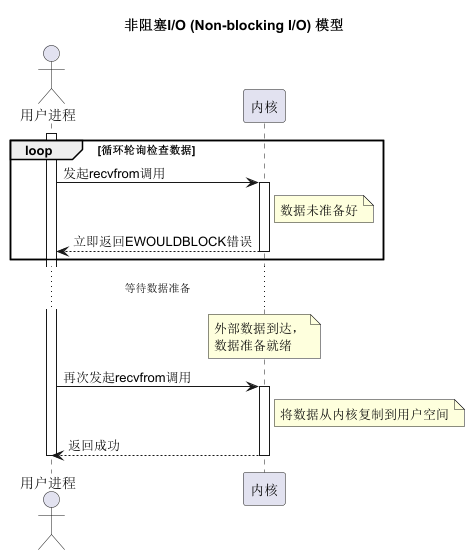
Earlier version of the PlantUML export io/NIO.png (qrua7/blog_resource).
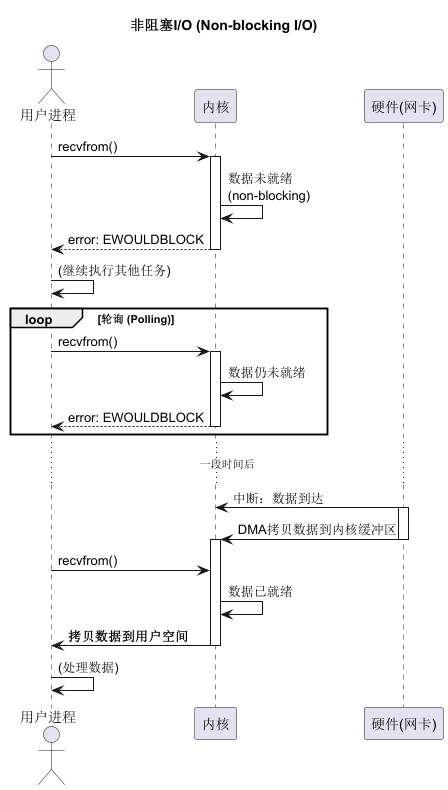
Later version of the same file.

Diff of the diagram source:
```diff
@@ -1,28 +1,40 @@
 @startuml
-title 非阻塞I/O (Non-blocking I/O) 模型
 
 actor "用户进程" as user
 participant "内核" as kernel
+participant "硬件(网卡)" as hardware
 
-activate user
-loop 循环轮询检查数据
-    user -> kernel: 发起recvfrom调用
+title 非阻塞I/O (Non-blocking I/O)
+
+user -> kernel: recvfrom()
+activate kernel
+
+kernel -> kernel: 数据未就绪\n(non-blocking)
+kernel --> user: error: EWOULDBLOCK
+deactivate kernel
+
+user -> user: (继续执行其他任务)
+
+loop 轮询 (Polling)
+    user -> kernel: recvfrom()
     activate kernel
-    note right of kernel: 数据未准备好
-    user <-- kernel: 立即返回EWOULDBLOCK错误
+    kernel -> kernel: 数据仍未就绪
+    kernel --> user: error: EWOULDBLOCK
     deactivate kernel
 end
 
-... 等待数据准备 ...
+... 一段时间后 ...
 
-note over kernel: 外部数据到达，\n数据准备就绪
+hardware -> kernel: 中断：数据到达
+activate hardware
+hardware -> kernel: DMA拷贝数据到内核缓冲区
+deactivate hardware
+activate kernel
 
-user -> kernel: 再次发起recvfrom调用
-activate kernel
-note right of kernel: 将数据从内核复制到用户空间
-user <-- kernel: 返回成功
+user -> kernel: recvfrom()
+kernel -> kernel: 数据已就绪
+kernel -> user: **拷贝数据到用户空间**
 deactivate kernel
-
-deactivate user
+user -> user: (处理数据)
 
 @enduml
```
